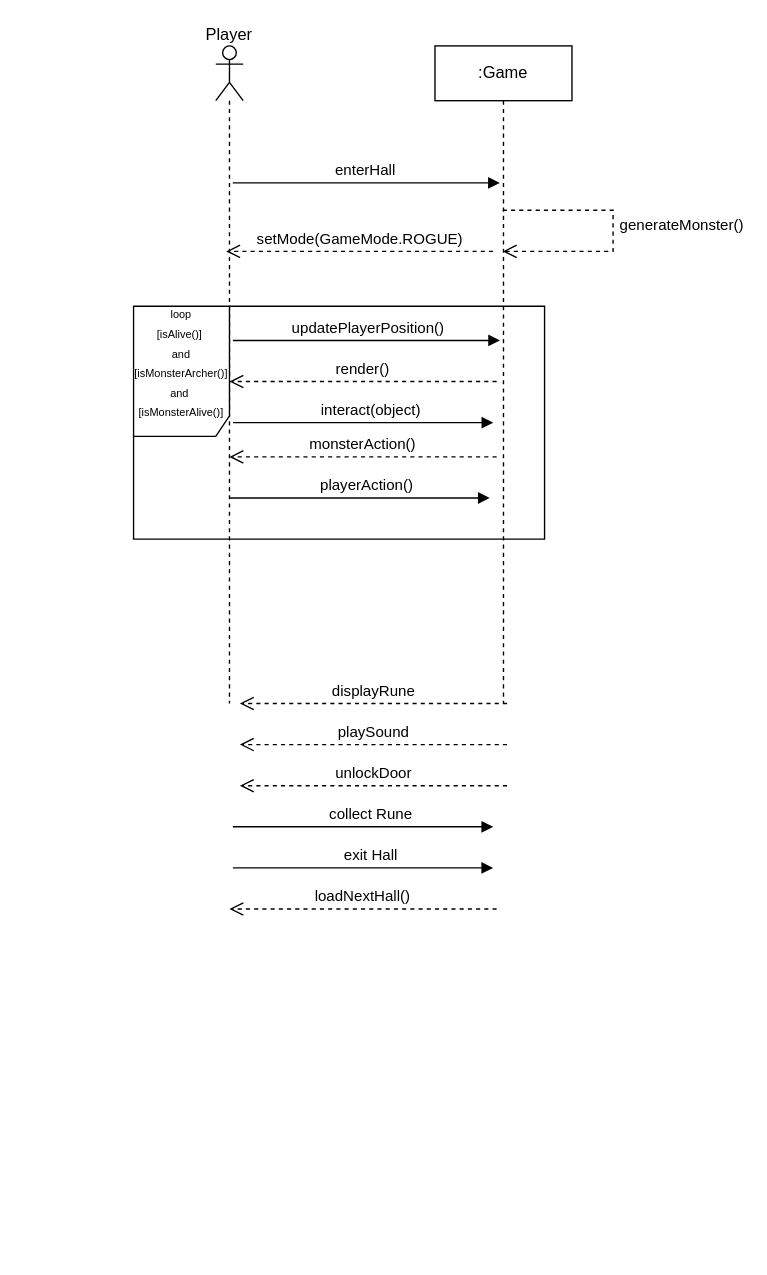
zeynepyorulmaz/Rogue-Like keeps this draw.io diagram as System Sequence Diagrams (SSD)/Untitled Diagram.drawio. Above is the earlier version. Source tidied: cells renumbered, new cells numbered last; positions are measured from the earlier drawing's top-left corner, leaving out a move shared by most shapes. Both pictures are drawn from the tidied source at 137%, with x=0, y=0 at pixel (133, 45).
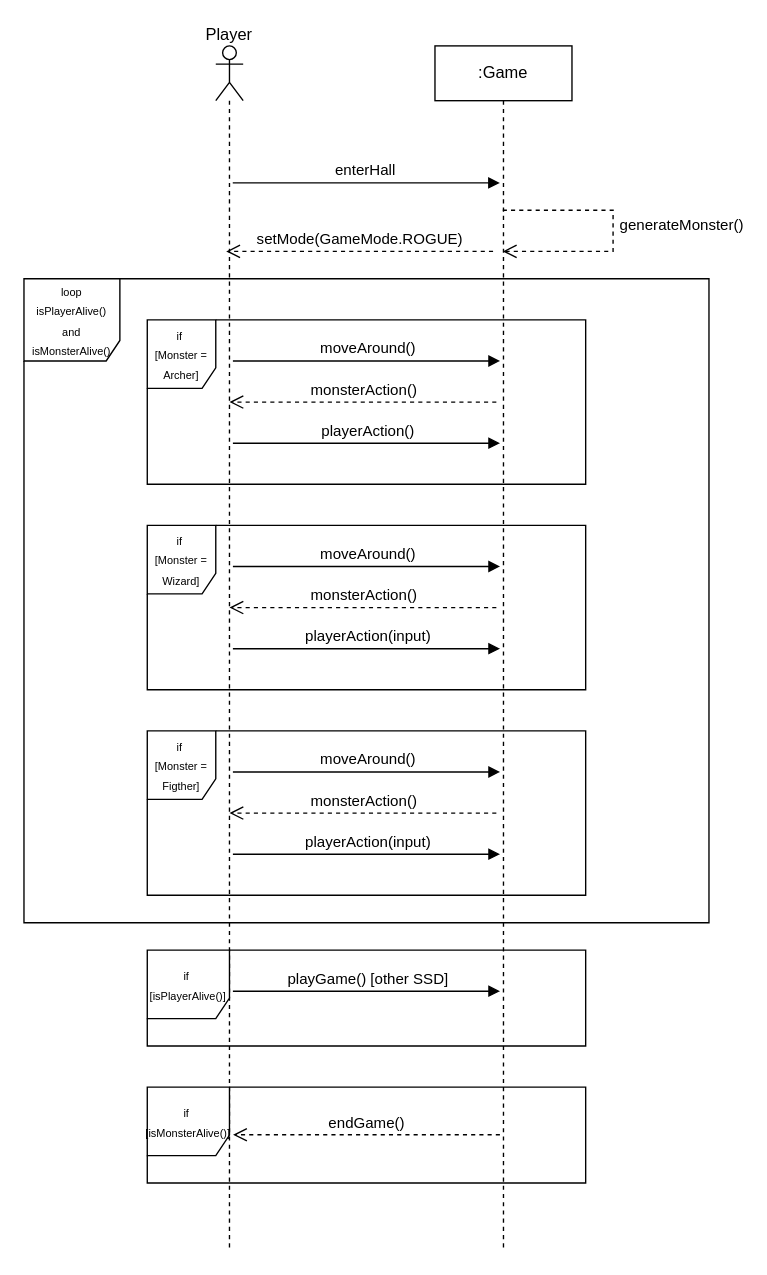
The same page after the edit.

Change to the diagram source:
```diff
@@
     <mxCell id="2" value="Player&lt;div&gt;&lt;br&gt;&lt;/div&gt;&lt;div&gt;&lt;br&gt;&lt;/div&gt;&lt;div&gt;&lt;br&gt;&lt;/div&gt;&lt;div&gt;&lt;br&gt;&lt;/div&gt;" style="shape=umlLifeline;perimeter=lifelinePerimeter;whiteSpace=wrap;html=1;newEdgeStyle={&quot;curved&quot;:0,&quot;rounded&quot;:0};participant=umlActor;" parent="1" vertex="1">
-      <mxGeometry x="60" width="20" height="480" as="geometry" />
+      <mxGeometry x="60" width="20" height="880" as="geometry" />
     </mxCell>
     <mxCell id="3" value=":Game" style="shape=umlLifeline;perimeter=lifelinePerimeter;whiteSpace=wrap;html=1;outlineConnect=0;portConstraint=eastwest;newEdgeStyle={&quot;curved&quot;:0,&quot;rounded&quot;:0};" parent="1" vertex="1">
-      <mxGeometry x="220" width="100" height="480" as="geometry" />
+      <mxGeometry x="220" width="100" height="880" as="geometry" />
     </mxCell>
@@
-    <mxCell id="5" value="&lt;font style=&quot;font-size: 8px;&quot;&gt;loop&lt;/font&gt;&lt;div&gt;&lt;font style=&quot;font-size: 8px;&quot;&gt;[isAlive()]&amp;nbsp;&lt;/font&gt;&lt;/div&gt;&lt;div&gt;&lt;font style=&quot;font-size: 8px;&quot;&gt;and&lt;/font&gt;&lt;/div&gt;&lt;div&gt;&lt;font style=&quot;font-size: 8px;&quot;&gt;[isMonsterArcher()]&lt;/font&gt;&lt;/div&gt;&lt;div&gt;&lt;font style=&quot;font-size: 8px;&quot;&gt;and&amp;nbsp;&lt;/font&gt;&lt;/div&gt;&lt;div&gt;&lt;span style=&quot;font-size: 8px;&quot;&gt;[isMonsterAlive()]&lt;/span&gt;&lt;/div&gt;&lt;div&gt;&lt;font style=&quot;font-size: 8px;&quot;&gt;&lt;br&gt;&lt;/font&gt;&lt;/div&gt;" style="shape=umlFrame;whiteSpace=wrap;html=1;width=70;height=95;" parent="1" vertex="1">
-      <mxGeometry y="190" width="300" height="170" as="geometry" />
+    <mxCell id="5" value="&lt;div&gt;&lt;span style=&quot;font-size: 8px;&quot;&gt;loop&lt;/span&gt;&lt;/div&gt;&lt;span style=&quot;font-size: 8px;&quot;&gt;isPlayerAlive()&lt;/span&gt;&lt;div&gt;&lt;span style=&quot;font-size: 8px;&quot;&gt;and&lt;/span&gt;&lt;/div&gt;&lt;div&gt;&lt;span style=&quot;font-size: 8px;&quot;&gt;isMonsterAlive()&lt;/span&gt;&lt;/div&gt;" style="shape=umlFrame;whiteSpace=wrap;html=1;width=70;height=60;" parent="1" vertex="1">
+      <mxGeometry x="-80" y="170" width="500" height="470" as="geometry" />
     </mxCell>
@@
-    <mxCell id="7" value="&lt;span style=&quot;text-align: left;&quot;&gt;updatePlayerPosition()&lt;/span&gt;" style="html=1;verticalAlign=bottom;endArrow=block;curved=0;rounded=0;" parent="1" edge="1">
-      <mxGeometry relative="1" as="geometry">
-        <mxPoint x="72.5" y="215" as="sourcePoint" />
-        <mxPoint x="267.5" y="215" as="targetPoint" />
-      </mxGeometry>
-    </mxCell>
-    <mxCell id="8" value="interact(object)" style="html=1;verticalAlign=bottom;endArrow=block;curved=0;rounded=0;" parent="1" edge="1">
-      <mxGeometry x="0.05" relative="1" as="geometry">
-        <mxPoint x="72.6" y="275" as="sourcePoint" />
-        <mxPoint x="262.6" y="275" as="targetPoint" />
-      </mxGeometry>
-    </mxCell>
-    <mxCell id="9" value="render()" style="html=1;verticalAlign=bottom;endArrow=open;dashed=1;endSize=8;curved=0;rounded=0;" parent="1" edge="1">
-      <mxGeometry relative="1" as="geometry">
-        <mxPoint x="265" y="245" as="sourcePoint" />
-        <mxPoint x="70" y="245" as="targetPoint" />
-      </mxGeometry>
-    </mxCell>
-    <mxCell id="10" value="displayRune" style="html=1;verticalAlign=bottom;endArrow=open;dashed=1;endSize=8;curved=0;rounded=0;" parent="1" edge="1">
-      <mxGeometry relative="1" as="geometry">
-        <mxPoint x="272.6" y="480" as="sourcePoint" />
-        <mxPoint x="77.6" y="480" as="targetPoint" />
-      </mxGeometry>
-    </mxCell>
-    <mxCell id="11" value="playSound" style="html=1;verticalAlign=bottom;endArrow=open;dashed=1;endSize=8;curved=0;rounded=0;" parent="1" edge="1">
-      <mxGeometry relative="1" as="geometry">
-        <mxPoint x="272.6" y="510" as="sourcePoint" />
-        <mxPoint x="77.6" y="510" as="targetPoint" />
-      </mxGeometry>
-    </mxCell>
-    <mxCell id="12" value="unlockDoor" style="html=1;verticalAlign=bottom;endArrow=open;dashed=1;endSize=8;curved=0;rounded=0;" parent="1" edge="1">
-      <mxGeometry relative="1" as="geometry">
-        <mxPoint x="272.6" y="540" as="sourcePoint" />
-        <mxPoint x="77.6" y="540" as="targetPoint" />
-      </mxGeometry>
-    </mxCell>
-    <mxCell id="13" value="collect Rune" style="html=1;verticalAlign=bottom;endArrow=block;curved=0;rounded=0;" parent="1" edge="1">
-      <mxGeometry x="0.05" relative="1" as="geometry">
-        <mxPoint x="72.5" y="570" as="sourcePoint" />
-        <mxPoint x="262.5" y="570" as="targetPoint" />
-      </mxGeometry>
-    </mxCell>
-    <mxCell id="14" value="exit Hall" style="html=1;verticalAlign=bottom;endArrow=block;curved=0;rounded=0;" parent="1" edge="1">
-      <mxGeometry x="0.05" relative="1" as="geometry">
-        <mxPoint x="72.5" y="600" as="sourcePoint" />
-        <mxPoint x="262.5" y="600" as="targetPoint" />
-      </mxGeometry>
-    </mxCell>
-    <mxCell id="15" value="loadNextHall()" style="html=1;verticalAlign=bottom;endArrow=open;dashed=1;endSize=8;curved=0;rounded=0;" parent="1" edge="1">
-      <mxGeometry relative="1" as="geometry">
-        <mxPoint x="265" y="630" as="sourcePoint" />
-        <mxPoint x="70" y="630" as="targetPoint" />
-      </mxGeometry>
-    </mxCell>
@@
-    <mxCell id="17" value="monsterAction()" style="html=1;verticalAlign=bottom;endArrow=open;dashed=1;endSize=8;curved=0;rounded=0;" parent="1" edge="1">
-      <mxGeometry relative="1" as="geometry">
-        <mxPoint x="265" y="300" as="sourcePoint" />
-        <mxPoint x="70" y="300" as="targetPoint" />
-      </mxGeometry>
-    </mxCell>
+    <mxCell id="19" value="&lt;span style=&quot;font-size: 8px;&quot;&gt;if&amp;nbsp;&lt;/span&gt;&lt;div&gt;&lt;span style=&quot;font-size: 8px;&quot;&gt;[Monster = Archer]&lt;/span&gt;&lt;/div&gt;" style="shape=umlFrame;whiteSpace=wrap;html=1;width=50;height=50;" parent="1" vertex="1">
+      <mxGeometry x="10" y="200" width="320" height="120" as="geometry" />
+    </mxCell>
+    <mxCell id="20" value="moveAround()" style="html=1;verticalAlign=bottom;endArrow=block;curved=0;rounded=0;" parent="1" edge="1">
+      <mxGeometry relative="1" as="geometry">
+        <mxPoint x="72.5" y="230" as="sourcePoint" />
+        <mxPoint x="267.5" y="230" as="targetPoint" />
+      </mxGeometry>
+    </mxCell>
+    <mxCell id="21" value="monsterAction()" style="html=1;verticalAlign=bottom;endArrow=open;dashed=1;endSize=8;curved=0;rounded=0;" parent="1" edge="1">
+      <mxGeometry relative="1" as="geometry">
+        <mxPoint x="264.8" y="260" as="sourcePoint" />
+        <mxPoint x="70" y="260" as="targetPoint" />
+        <Array as="points">
+          <mxPoint x="179.8" y="260" />
+        </Array>
+      </mxGeometry>
+    </mxCell>
     <mxCell id="18" value="playerAction()" style="html=1;verticalAlign=bottom;endArrow=block;curved=0;rounded=0;" parent="1" edge="1">
-      <mxGeometry x="0.05" relative="1" as="geometry">
-        <mxPoint x="70" y="330" as="sourcePoint" />
-        <mxPoint x="260" y="330" as="targetPoint" />
+      <mxGeometry relative="1" as="geometry">
+        <mxPoint x="72.5" y="290" as="sourcePoint" />
+        <mxPoint x="267.5" y="290" as="targetPoint" />
       </mxGeometry>
     </mxCell>
+    <mxCell id="22" value="&lt;span style=&quot;font-size: 8px;&quot;&gt;if&amp;nbsp;&lt;/span&gt;&lt;div&gt;&lt;span style=&quot;font-size: 8px;&quot;&gt;[Monster = Wizard]&lt;/span&gt;&lt;/div&gt;" style="shape=umlFrame;whiteSpace=wrap;html=1;width=50;height=50;" parent="1" vertex="1">
+      <mxGeometry x="10" y="350" width="320" height="120" as="geometry" />
+    </mxCell>
+    <mxCell id="23" value="moveAround()" style="html=1;verticalAlign=bottom;endArrow=block;curved=0;rounded=0;" parent="1" edge="1">
+      <mxGeometry relative="1" as="geometry">
+        <mxPoint x="72.5" y="380" as="sourcePoint" />
+        <mxPoint x="267.5" y="380" as="targetPoint" />
+      </mxGeometry>
+    </mxCell>
+    <mxCell id="24" value="monsterAction()" style="html=1;verticalAlign=bottom;endArrow=open;dashed=1;endSize=8;curved=0;rounded=0;" parent="1" edge="1">
+      <mxGeometry relative="1" as="geometry">
+        <mxPoint x="264.8" y="410" as="sourcePoint" />
+        <mxPoint x="70" y="410" as="targetPoint" />
+        <Array as="points">
+          <mxPoint x="179.8" y="410" />
+        </Array>
+      </mxGeometry>
+    </mxCell>
+    <mxCell id="25" value="playerAction(input)" style="html=1;verticalAlign=bottom;endArrow=block;curved=0;rounded=0;" parent="1" edge="1">
+      <mxGeometry relative="1" as="geometry">
+        <mxPoint x="72.5" y="440" as="sourcePoint" />
+        <mxPoint x="267.5" y="440" as="targetPoint" />
+      </mxGeometry>
+    </mxCell>
+    <mxCell id="26" value="&lt;span style=&quot;font-size: 8px;&quot;&gt;if&amp;nbsp;&lt;/span&gt;&lt;div&gt;&lt;span style=&quot;font-size: 8px;&quot;&gt;[Monster = Figther]&lt;/span&gt;&lt;/div&gt;" style="shape=umlFrame;whiteSpace=wrap;html=1;width=50;height=50;" parent="1" vertex="1">
+      <mxGeometry x="10" y="500" width="320" height="120" as="geometry" />
+    </mxCell>
+    <mxCell id="27" value="moveAround()" style="html=1;verticalAlign=bottom;endArrow=block;curved=0;rounded=0;" parent="1" edge="1">
+      <mxGeometry relative="1" as="geometry">
+        <mxPoint x="72.5" y="530" as="sourcePoint" />
+        <mxPoint x="267.5" y="530" as="targetPoint" />
+      </mxGeometry>
+    </mxCell>
+    <mxCell id="28" value="monsterAction()" style="html=1;verticalAlign=bottom;endArrow=open;dashed=1;endSize=8;curved=0;rounded=0;" parent="1" edge="1">
+      <mxGeometry relative="1" as="geometry">
+        <mxPoint x="264.8" y="560" as="sourcePoint" />
+        <mxPoint x="70" y="560" as="targetPoint" />
+        <Array as="points">
+          <mxPoint x="179.8" y="560" />
+        </Array>
+      </mxGeometry>
+    </mxCell>
+    <mxCell id="29" value="playerAction(input)" style="html=1;verticalAlign=bottom;endArrow=block;curved=0;rounded=0;" parent="1" edge="1">
+      <mxGeometry relative="1" as="geometry">
+        <mxPoint x="72.5" y="590" as="sourcePoint" />
+        <mxPoint x="267.5" y="590" as="targetPoint" />
+      </mxGeometry>
+    </mxCell>
+    <mxCell id="30" value="&lt;span style=&quot;font-size: 8px;&quot;&gt;if&amp;nbsp;&lt;/span&gt;&lt;div&gt;&lt;span style=&quot;font-size: 8px;&quot;&gt;[isPlayerAlive()]&lt;/span&gt;&lt;/div&gt;" style="shape=umlFrame;whiteSpace=wrap;html=1;width=60;height=50;" parent="1" vertex="1">
+      <mxGeometry x="10" y="660" width="320" height="70" as="geometry" />
+    </mxCell>
+    <mxCell id="31" value="playGame() [other SSD]" style="html=1;verticalAlign=bottom;endArrow=block;curved=0;rounded=0;" parent="1" edge="1">
+      <mxGeometry relative="1" as="geometry">
+        <mxPoint x="72.5" y="690" as="sourcePoint" />
+        <mxPoint x="267.5" y="690" as="targetPoint" />
+      </mxGeometry>
+    </mxCell>
+    <mxCell id="32" value="&lt;span style=&quot;font-size: 8px;&quot;&gt;if&amp;nbsp;&lt;/span&gt;&lt;div&gt;&lt;span style=&quot;font-size: 8px;&quot;&gt;[isMonsterAlive()]&lt;/span&gt;&lt;/div&gt;" style="shape=umlFrame;whiteSpace=wrap;html=1;width=60;height=50;" parent="1" vertex="1">
+      <mxGeometry x="10" y="760" width="320" height="70" as="geometry" />
+    </mxCell>
+    <mxCell id="33" value="endGame()" style="html=1;verticalAlign=bottom;endArrow=open;dashed=1;endSize=8;curved=0;rounded=0;" parent="1" edge="1">
+      <mxGeometry relative="1" as="geometry">
+        <mxPoint x="267.4" y="794.8" as="sourcePoint" />
+        <mxPoint x="72.6" y="794.8" as="targetPoint" />
+        <Array as="points">
+          <mxPoint x="182.4" y="794.8" />
+        </Array>
+      </mxGeometry>
+    </mxCell>
```
